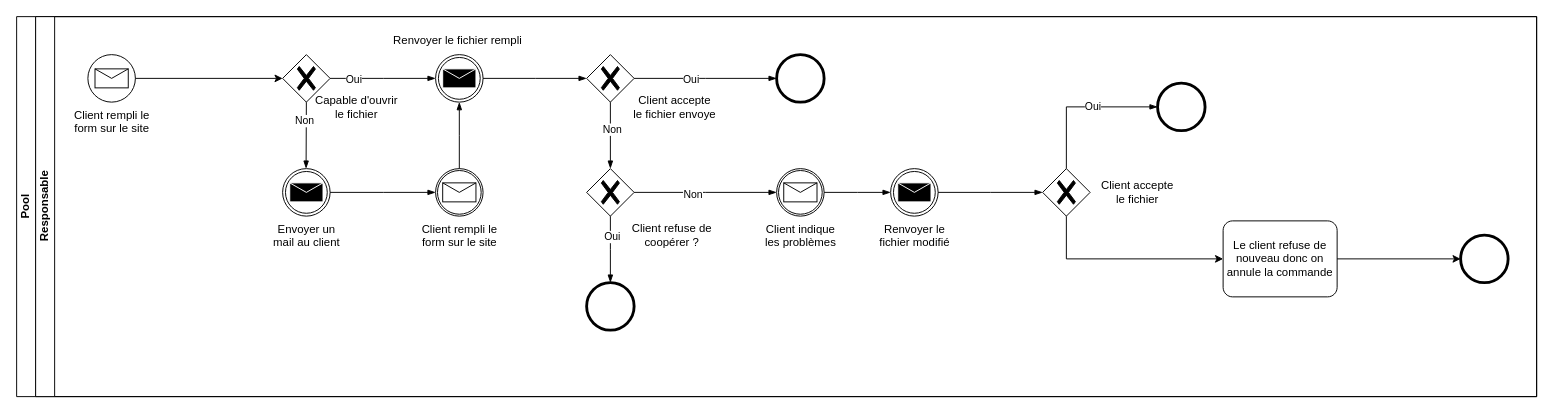
quemet/Draw.io keeps this draw.io diagram as Livraison.drawio. Above is the earlier version. Source tidied: cells renumbered, new cells numbered last; positions are measured from the earlier drawing's top-left corner, leaving out a move shared by most shapes. Both pictures are drawn from the tidied source at 95%, with x=0, y=0 at pixel (16, 16).
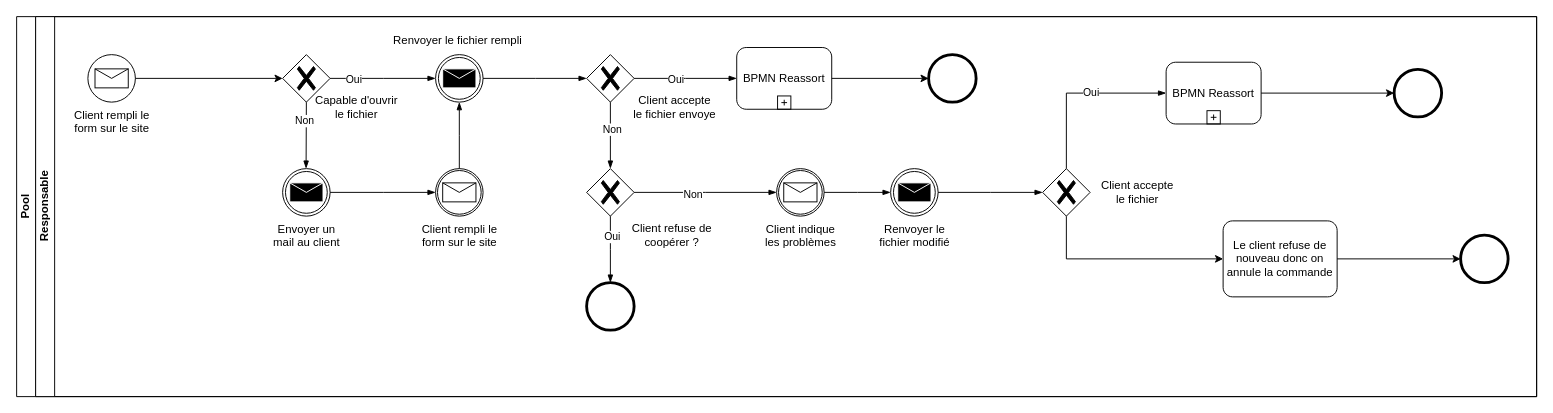
The same page after the edit.

Commit message:
Mettre à jour Livraison.drawio

Unchanged cells that the change refers to:
```xml
<mxCell id="3" value="Responsable" style="swimlane;html=1;startSize=20;horizontal=0;" parent="1" vertex="1">
  <mxGeometry x="20" width="1580" height="400" as="geometry" />
</mxCell>
<mxCell id="7" style="points=[[0.25,0.25,0],[0.5,0,0],[0.75,0.25,0],[1,0.5,0],[0.75,0.75,0],[0.5,1,0],[0.25,0.75,0],[0,0.5,0]];shape=mxgraph.bpmn.gateway2;html=1;verticalLabelPosition=bottom;labelBackgroundColor=#ffffff;verticalAlign=top;align=center;perimeter=rhombusPerimeter;outlineConnect=0;outline=none;symbol=none;gwType=exclusive;" parent="3" vertex="1">
  <mxGeometry x="580" y="40" width="50" height="50" as="geometry" />
</mxCell>
<mxCell id="12" style="points=[[0.25,0.25,0],[0.5,0,0],[0.75,0.25,0],[1,0.5,0],[0.75,0.75,0],[0.5,1,0],[0.25,0.75,0],[0,0.5,0]];shape=mxgraph.bpmn.gateway2;html=1;verticalLabelPosition=bottom;labelBackgroundColor=#ffffff;verticalAlign=top;align=center;perimeter=rhombusPerimeter;outlineConnect=0;outline=none;symbol=none;gwType=exclusive;" parent="3" vertex="1">
  <mxGeometry x="1060" y="160" width="50" height="50" as="geometry" />
</mxCell>
```

Change to the diagram source:
```diff
@@
     <mxCell id="6" style="points=[[0.145,0.145,0],[0.5,0,0],[0.855,0.145,0],[1,0.5,0],[0.855,0.855,0],[0.5,1,0],[0.145,0.855,0],[0,0.5,0]];shape=mxgraph.bpmn.event;html=1;verticalLabelPosition=bottom;labelBackgroundColor=#ffffff;verticalAlign=top;align=center;perimeter=ellipsePerimeter;outlineConnect=0;outline=end;symbol=terminate2;" parent="3" vertex="1">
-      <mxGeometry x="780" y="40" width="50" height="50" as="geometry" />
+      <mxGeometry x="940" y="40" width="50" height="50" as="geometry" />
     </mxCell>
@@
     <mxCell id="13" style="points=[[0.145,0.145,0],[0.5,0,0],[0.855,0.145,0],[1,0.5,0],[0.855,0.855,0],[0.5,1,0],[0.145,0.855,0],[0,0.5,0]];shape=mxgraph.bpmn.event;html=1;verticalLabelPosition=bottom;labelBackgroundColor=#ffffff;verticalAlign=top;align=center;perimeter=ellipsePerimeter;outlineConnect=0;outline=end;symbol=terminate2;" parent="3" vertex="1">
-      <mxGeometry x="1181" y="70" width="50" height="50" as="geometry" />
+      <mxGeometry x="1430" y="55.5" width="50" height="50" as="geometry" />
     </mxCell>
@@
-    <mxCell id="22" style="edgeStyle=elbowEdgeStyle;fontSize=12;html=1;endArrow=blockThin;endFill=1;rounded=0;exitX=1;exitY=0.5;exitDx=0;exitDy=0;exitPerimeter=0;entryX=0;entryY=0.5;entryDx=0;entryDy=0;entryPerimeter=0;" parent="3" edge="1" source="7" target="6">
+    <mxCell id="22" style="edgeStyle=elbowEdgeStyle;fontSize=12;html=1;endArrow=blockThin;endFill=1;rounded=0;exitX=1;exitY=0.5;exitDx=0;exitDy=0;exitPerimeter=0;entryX=0;entryY=0.5;entryDx=0;entryDy=0;entryPerimeter=0;" parent="3" edge="1" source="7" target="46">
       <mxGeometry relative="1" as="geometry" />
     </mxCell>
@@
-    <mxCell id="32" style="edgeStyle=elbowEdgeStyle;fontSize=12;html=1;endArrow=blockThin;endFill=1;rounded=0;entryX=0;entryY=0.5;entryDx=0;entryDy=0;entryPerimeter=0;exitX=0.5;exitY=0;exitDx=0;exitDy=0;exitPerimeter=0;" parent="3" edge="1" source="12" target="13">
+    <mxCell id="32" style="edgeStyle=elbowEdgeStyle;fontSize=12;html=1;endArrow=blockThin;endFill=1;rounded=0;exitX=0.5;exitY=0;exitDx=0;exitDy=0;exitPerimeter=0;entryX=0;entryY=0.5;entryDx=0;entryDy=0;entryPerimeter=0;" parent="3" edge="1" source="12" target="48">
       <mxGeometry relative="1" as="geometry">
         <Array as="points">
           <mxPoint x="1085" y="130" />
         </Array>
       </mxGeometry>
     </mxCell>
@@
+    <mxCell id="46" value="BPMN Reassort" style="points=[[0.25,0,0],[0.5,0,0],[0.75,0,0],[1,0.25,0],[1,0.5,0],[1,0.75,0],[0.75,1,0],[0.5,1,0],[0.25,1,0],[0,0.75,0],[0,0.5,0],[0,0.25,0]];shape=mxgraph.bpmn.task;whiteSpace=wrap;rectStyle=rounded;size=10;html=1;taskMarker=abstract;isLoopSub=1;" parent="3" vertex="1">
+      <mxGeometry x="738" y="32.5" width="100" height="65" as="geometry" />
+    </mxCell>
+    <mxCell id="47" style="endArrow=classic;html=1;rounded=0;exitX=1;exitY=0.5;exitDx=0;exitDy=0;exitPerimeter=0;entryX=0;entryY=0.5;entryDx=0;entryDy=0;entryPerimeter=0;" parent="3" edge="1" source="46" target="6">
+      <mxGeometry relative="1" as="geometry" />
+    </mxCell>
+    <mxCell id="48" value="BPMN Reassort" style="points=[[0.25,0,0],[0.5,0,0],[0.75,0,0],[1,0.25,0],[1,0.5,0],[1,0.75,0],[0.75,1,0],[0.5,1,0],[0.25,1,0],[0,0.75,0],[0,0.5,0],[0,0.25,0]];shape=mxgraph.bpmn.task;whiteSpace=wrap;rectStyle=rounded;size=10;html=1;taskMarker=abstract;isLoopSub=1;" parent="3" vertex="1">
+      <mxGeometry x="1190" y="48" width="100" height="65" as="geometry" />
+    </mxCell>
+    <mxCell id="49" style="endArrow=classic;html=1;rounded=0;exitX=1;exitY=0.5;exitDx=0;exitDy=0;exitPerimeter=0;entryX=0;entryY=0.5;entryDx=0;entryDy=0;entryPerimeter=0;" parent="3" edge="1" source="48" target="13">
+      <mxGeometry relative="1" as="geometry" />
+    </mxCell>
```
